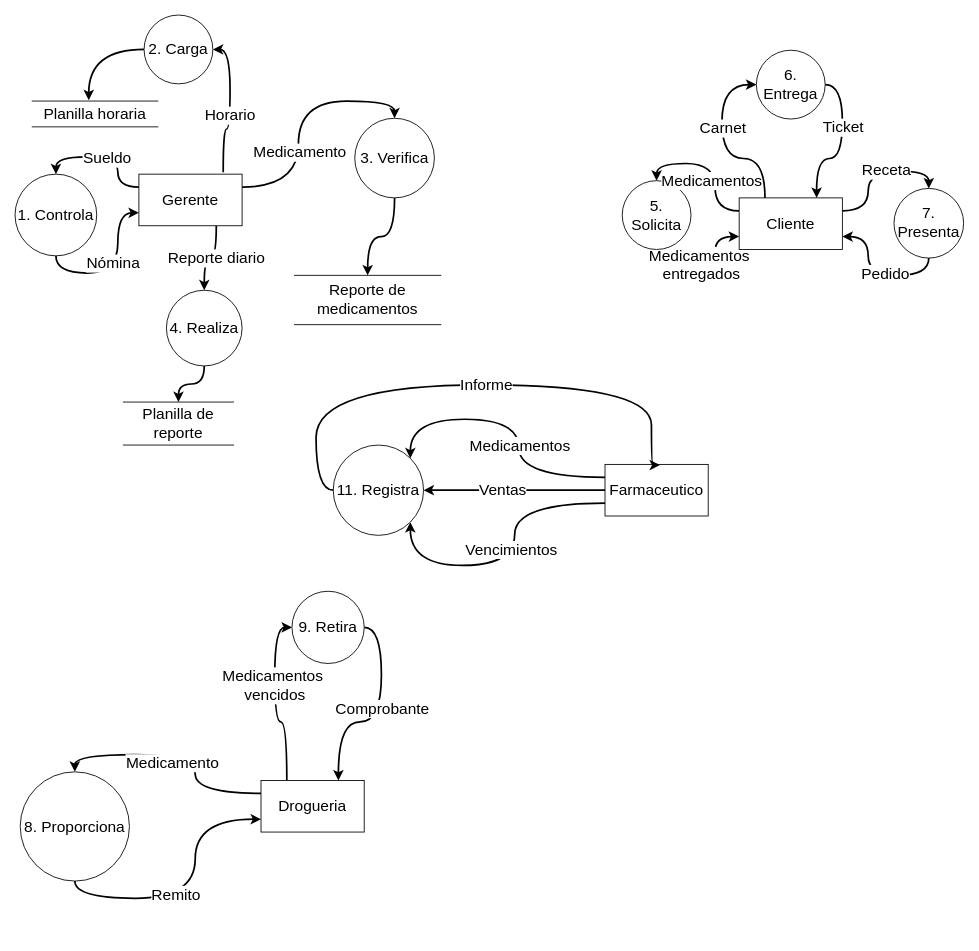
Before: page "DFD_Farmacia" (1 of 2) of farmaciaAE.drawio in yon026/pruebagit, a draw.io diagram. Source tidied: cells renumbered, new cells numbered last; positions are measured from the earlier drawing's top-left corner, leaving out a move shared by most shapes. Both pictures are drawn from the tidied source at 86%, with x=0, y=0 at pixel (15, 15).
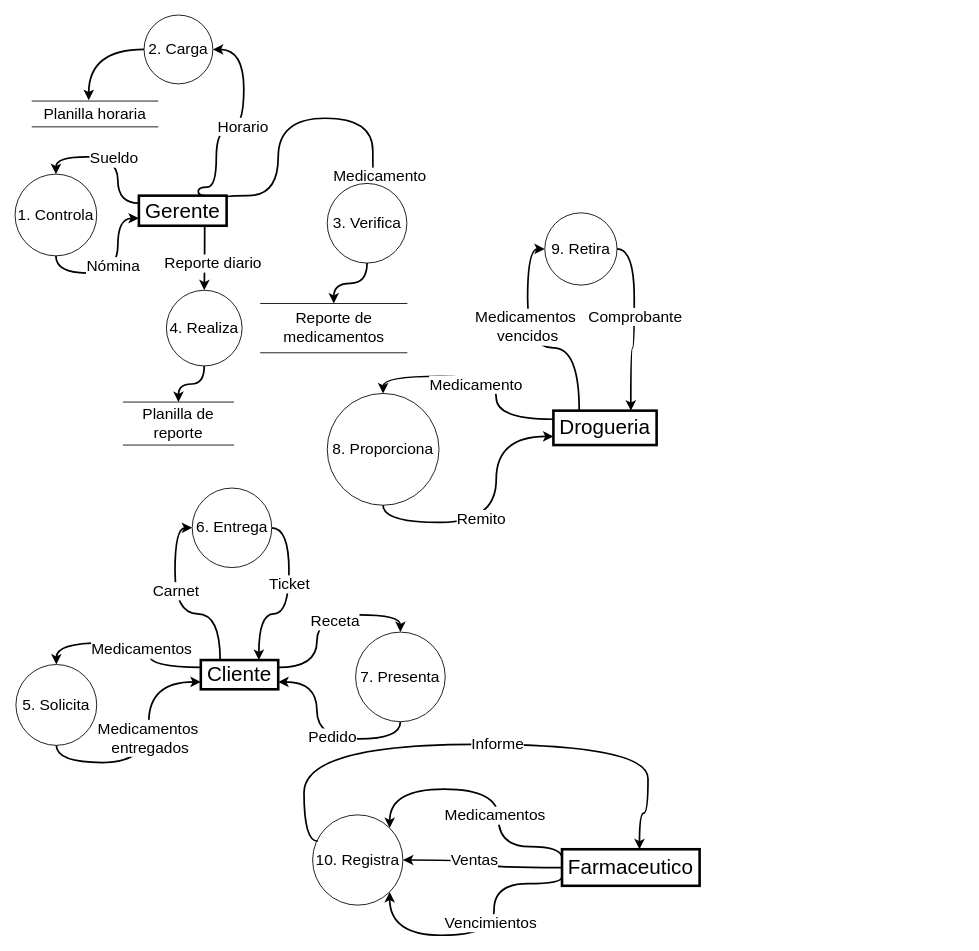
Above is the later version.

The change refers to these unchanged cells:
```xml
<mxCell id="7" value="2. Carga" style="ellipse;whiteSpace=wrap;html=1;fontSize=18;" parent="1" vertex="1">
  <mxGeometry x="150" width="80" height="80" as="geometry" />
</mxCell>
<mxCell id="40" style="edgeStyle=orthogonalEdgeStyle;shape=connector;curved=1;rounded=0;jettySize=auto;html=1;exitX=0.5;exitY=1;exitDx=0;exitDy=0;entryX=0;entryY=0.75;entryDx=0;entryDy=0;strokeColor=default;align=center;verticalAlign=middle;fontFamily=Helvetica;fontSize=18;fontColor=default;labelBackgroundColor=default;endArrow=classic;strokeWidth=2;" parent="1" edge="1" source="42" target="49">
  <mxGeometry relative="1" as="geometry" />
</mxCell>
```

Diff of the diagram source:
```diff
@@
     <mxCell id="10" style="edgeStyle=orthogonalEdgeStyle;shape=connector;curved=1;rounded=0;jettySize=auto;html=1;exitX=1;exitY=0.25;exitDx=0;exitDy=0;entryX=0.5;entryY=0;entryDx=0;entryDy=0;strokeColor=default;align=center;verticalAlign=middle;fontFamily=Helvetica;fontSize=18;fontColor=default;labelBackgroundColor=default;endArrow=classic;strokeWidth=2;" parent="1" edge="1" source="14" target="16">
-      <mxGeometry relative="1" as="geometry" />
+      <mxGeometry relative="1" as="geometry">
+        <Array as="points">
+          <mxPoint x="236" y="210" />
+          <mxPoint x="306" y="210" />
+          <mxPoint x="306" y="120" />
+          <mxPoint x="416" y="120" />
+          <mxPoint x="416" y="196" />
+        </Array>
+      </mxGeometry>
     </mxCell>
     <mxCell id="11" value="Medicamento" style="edgeLabel;html=1;align=center;verticalAlign=middle;fontFamily=Helvetica;fontSize=18;fontColor=default;labelBackgroundColor=default;" parent="10" vertex="1">
       <mxGeometry x="-0.36" y="-2" relative="1" as="geometry">
-        <mxPoint x="-1" y="-11" as="offset" />
+        <mxPoint x="115" y="8" as="offset" />
       </mxGeometry>
     </mxCell>
@@
+    <mxCell id="24" style="edgeStyle=orthogonalEdgeStyle;shape=connector;curved=1;rounded=0;jettySize=auto;html=1;exitX=0.75;exitY=0;exitDx=0;exitDy=0;entryX=1;entryY=0.5;entryDx=0;entryDy=0;strokeColor=default;strokeWidth=2;align=center;verticalAlign=middle;fontFamily=Helvetica;fontSize=11;fontColor=default;labelBackgroundColor=default;endArrow=classic;" parent="1" edge="1" source="14" target="7">
+      <mxGeometry relative="1" as="geometry">
+        <Array as="points">
+          <mxPoint x="213" y="200" />
+          <mxPoint x="234" y="200" />
+          <mxPoint x="234" y="132" />
+          <mxPoint x="266" y="132" />
+          <mxPoint x="266" y="40" />
+        </Array>
+      </mxGeometry>
+    </mxCell>
+    <mxCell id="25" value="Horario" style="edgeLabel;html=1;align=center;verticalAlign=middle;fontFamily=Helvetica;fontSize=18;fontColor=default;labelBackgroundColor=default;" parent="24" vertex="1">
+      <mxGeometry x="0.03" y="3" relative="1" as="geometry" />
+    </mxCell>
-    <mxCell id="14" value="Gerente" style="rounded=0;whiteSpace=wrap;html=1;fontSize=18;" parent="1" vertex="1">
-      <mxGeometry x="144" y="185" width="120" height="60" as="geometry" />
+    <mxCell id="14" value="&lt;font style=&quot;font-size: 24px;&quot;&gt;Gerente&lt;/font&gt;" style="rounded=0;whiteSpace=wrap;html=1;fontSize=18;strokeWidth=3;" parent="1" vertex="1">
+      <mxGeometry x="144" y="210" width="102" height="35" as="geometry" />
     </mxCell>
@@
     <mxCell id="16" value="3. Verifica" style="ellipse;whiteSpace=wrap;html=1;fontSize=18;" parent="1" vertex="1">
-      <mxGeometry x="395" y="120" width="92.6" height="92.6" as="geometry" />
+      <mxGeometry x="363" y="195.8" width="92.6" height="92.6" as="geometry" />
     </mxCell>
     <mxCell id="17" style="edgeStyle=orthogonalEdgeStyle;rounded=0;jettySize=auto;html=1;exitX=0;exitY=0.25;exitDx=0;exitDy=0;entryX=1;entryY=0;entryDx=0;entryDy=0;curved=1;strokeWidth=2;" parent="1" edge="1" source="23" target="53">
       <mxGeometry relative="1" as="geometry">
         <Array as="points">
-          <mxPoint x="586" y="537" />
-          <mxPoint x="586" y="470" />
-          <mxPoint x="460" y="470" />
+          <mxPoint x="562" y="967" />
+          <mxPoint x="562" y="900" />
+          <mxPoint x="436" y="900" />
         </Array>
       </mxGeometry>
     </mxCell>
@@
     <mxCell id="19" style="edgeStyle=orthogonalEdgeStyle;rounded=0;jettySize=auto;html=1;exitX=0;exitY=0.75;exitDx=0;exitDy=0;entryX=1;entryY=1;entryDx=0;entryDy=0;curved=1;strokeWidth=2;" parent="1" edge="1" source="23" target="53">
       <mxGeometry relative="1" as="geometry">
         <Array as="points">
-          <mxPoint x="581" y="567" />
-          <mxPoint x="581" y="640" />
-          <mxPoint x="460" y="640" />
+          <mxPoint x="636" y="1010" />
+          <mxPoint x="557" y="1010" />
+          <mxPoint x="557" y="1070" />
+          <mxPoint x="436" y="1070" />
         </Array>
       </mxGeometry>
     </mxCell>
@@
-    <mxCell id="23" value="Farmaceutico" style="rounded=0;whiteSpace=wrap;html=1;fontSize=18;" parent="1" vertex="1">
-      <mxGeometry x="686" y="522.5" width="120" height="60" as="geometry" />
+    <mxCell id="23" value="&lt;font style=&quot;font-size: 24px;&quot;&gt;Farmaceutico&lt;/font&gt;" style="rounded=0;whiteSpace=wrap;html=1;fontSize=18;strokeWidth=3;" parent="1" vertex="1">
+      <mxGeometry x="636" y="970" width="160" height="42.5" as="geometry" />
     </mxCell>
-    <mxCell id="24" style="edgeStyle=orthogonalEdgeStyle;shape=connector;curved=1;rounded=0;jettySize=auto;html=1;exitX=0.817;exitY=-0.039;exitDx=0;exitDy=0;entryX=1;entryY=0.5;entryDx=0;entryDy=0;strokeColor=default;align=center;verticalAlign=middle;fontFamily=Helvetica;fontSize=18;fontColor=default;labelBackgroundColor=default;endArrow=classic;exitPerimeter=0;strokeWidth=2;" parent="1" edge="1" source="14" target="7">
-      <mxGeometry relative="1" as="geometry" />
-    </mxCell>
-    <mxCell id="25" value="Horario" style="edgeLabel;html=1;align=center;verticalAlign=middle;fontFamily=Helvetica;fontSize=18;fontColor=default;labelBackgroundColor=default;" parent="24" vertex="1">
-      <mxGeometry x="-0.13" y="1" relative="1" as="geometry" />
-    </mxCell>
@@
     <mxCell id="30" value="8. Proporciona" style="ellipse;whiteSpace=wrap;html=1;fontSize=18;" parent="1" vertex="1">
-      <mxGeometry x="6" y="880" width="127" height="127" as="geometry" />
+      <mxGeometry x="363" y="440" width="130" height="130" as="geometry" />
     </mxCell>
@@
-    <mxCell id="33" value="Drogueria" style="rounded=0;whiteSpace=wrap;html=1;fontSize=18;" parent="1" vertex="1">
-      <mxGeometry x="286" y="890" width="120" height="60" as="geometry" />
+    <mxCell id="33" value="&lt;font style=&quot;font-size: 24px;&quot;&gt;Drogueria&lt;/font&gt;" style="rounded=0;whiteSpace=wrap;html=1;fontSize=18;strokeWidth=3;" parent="1" vertex="1">
+      <mxGeometry x="626" y="460" width="120" height="40" as="geometry" />
     </mxCell>
@@
     <mxCell id="36" value="Reporte de medicamentos" style="shape=partialRectangle;whiteSpace=wrap;html=1;left=0;right=0;fillColor=none;fontFamily=Helvetica;fontSize=18;fontColor=default;labelBackgroundColor=default;" parent="1" vertex="1">
-      <mxGeometry x="325" y="302.7" width="170" height="57.3" as="geometry" />
+      <mxGeometry x="285.6" y="335.4" width="170" height="57.3" as="geometry" />
     </mxCell>
@@
     <mxCell id="39" value="7. Presenta" style="ellipse;whiteSpace=wrap;html=1;fontSize=18;" parent="1" vertex="1">
-      <mxGeometry x="1022" y="201.6" width="81" height="81" as="geometry" />
+      <mxGeometry x="396" y="717.5" width="104.2" height="104.2" as="geometry" />
     </mxCell>
@@
     <mxCell id="41" value="Medicamentos&amp;nbsp;&lt;div style=&quot;font-size: 18px;&quot;&gt;entregados&lt;/div&gt;" style="edgeLabel;html=1;align=center;verticalAlign=middle;fontFamily=Helvetica;fontSize=18;fontColor=default;labelBackgroundColor=default;" parent="40" vertex="1">
       <mxGeometry x="-0.3" y="3" relative="1" as="geometry">
-        <mxPoint x="18" y="1" as="offset" />
+        <mxPoint x="29" y="-26" as="offset" />
       </mxGeometry>
     </mxCell>
     <mxCell id="42" value="5. Solicita" style="ellipse;whiteSpace=wrap;html=1;fontSize=18;" parent="1" vertex="1">
-      <mxGeometry x="706" y="192.6" width="80" height="80" as="geometry" />
+      <mxGeometry x="1" y="755.2" width="94" height="94" as="geometry" />
     </mxCell>
     <mxCell id="43" style="edgeStyle=orthogonalEdgeStyle;shape=connector;curved=1;rounded=0;jettySize=auto;html=1;exitX=0;exitY=0.25;exitDx=0;exitDy=0;entryX=0.5;entryY=0;entryDx=0;entryDy=0;strokeColor=default;align=center;verticalAlign=middle;fontFamily=Helvetica;fontSize=18;fontColor=default;labelBackgroundColor=default;endArrow=classic;strokeWidth=2;" parent="1" edge="1" source="49" target="42">
-      <mxGeometry relative="1" as="geometry" />
+      <mxGeometry relative="1" as="geometry">
+        <Array as="points">
+          <mxPoint x="156" y="758" />
+          <mxPoint x="156" y="730" />
+          <mxPoint x="48" y="730" />
+        </Array>
+      </mxGeometry>
     </mxCell>
     <mxCell id="44" value="Medicamentos" style="edgeLabel;html=1;align=center;verticalAlign=middle;fontFamily=Helvetica;fontSize=18;fontColor=default;labelBackgroundColor=default;" parent="43" vertex="1">
       <mxGeometry x="0.27" y="1" relative="1" as="geometry">
-        <mxPoint x="21" y="19" as="offset" />
+        <mxPoint x="43" y="6" as="offset" />
       </mxGeometry>
     </mxCell>
@@
-    <mxCell id="49" value="Cliente" style="rounded=0;whiteSpace=wrap;html=1;fontSize=18;" parent="1" vertex="1">
-      <mxGeometry x="842" y="212.6" width="120" height="60" as="geometry" />
+    <mxCell id="49" value="&lt;font style=&quot;font-size: 24px;&quot;&gt;Cliente&lt;/font&gt;" style="rounded=0;whiteSpace=wrap;html=1;fontSize=18;strokeWidth=3;" parent="1" vertex="1">
+      <mxGeometry x="216" y="750" width="90" height="34" as="geometry" />
     </mxCell>
@@
     <mxCell id="52" value="6. Entrega" style="ellipse;whiteSpace=wrap;html=1;fontSize=18;" parent="1" vertex="1">
-      <mxGeometry x="862" y="40.9" width="80" height="80" as="geometry" />
+      <mxGeometry x="206" y="550" width="92.5" height="92.5" as="geometry" />
     </mxCell>
-    <mxCell id="53" value="11. Registra" style="ellipse;whiteSpace=wrap;html=1;fontSize=18;" parent="1" vertex="1">
-      <mxGeometry x="370" y="500" width="105" height="105" as="geometry" />
+    <mxCell id="53" value="10. Registra" style="ellipse;whiteSpace=wrap;html=1;fontSize=18;" parent="1" vertex="1">
+      <mxGeometry x="346" y="930" width="105" height="105" as="geometry" />
     </mxCell>
@@
     <mxCell id="56" value="9. Retira" style="ellipse;whiteSpace=wrap;html=1;fontSize=18;" parent="1" vertex="1">
-      <mxGeometry x="322" y="670" width="84" height="84" as="geometry" />
+      <mxGeometry x="616" y="230" width="84" height="84" as="geometry" />
     </mxCell>
-    <mxCell id="57" style="edgeStyle=orthogonalEdgeStyle;rounded=0;jettySize=auto;html=1;exitX=0;exitY=0.5;exitDx=0;exitDy=0;entryX=0.533;entryY=0.013;entryDx=0;entryDy=0;entryPerimeter=0;curved=1;strokeWidth=2;" parent="1" edge="1" source="53" target="23">
+    <mxCell id="57" style="edgeStyle=orthogonalEdgeStyle;rounded=0;jettySize=auto;html=1;entryX=0.563;entryY=0;entryDx=0;entryDy=0;entryPerimeter=0;curved=1;strokeWidth=2;exitX=0.056;exitY=0.292;exitDx=0;exitDy=0;exitPerimeter=0;" parent="1" edge="1" source="53" target="23">
       <mxGeometry relative="1" as="geometry">
         <Array as="points">
-          <mxPoint x="350" y="553" />
-          <mxPoint x="350" y="430" />
-          <mxPoint x="740" y="430" />
+          <mxPoint x="336" y="961" />
+          <mxPoint x="336" y="848" />
+          <mxPoint x="736" y="848" />
+          <mxPoint x="736" y="928" />
+          <mxPoint x="726" y="928" />
         </Array>
       </mxGeometry>
     </mxCell>
```
